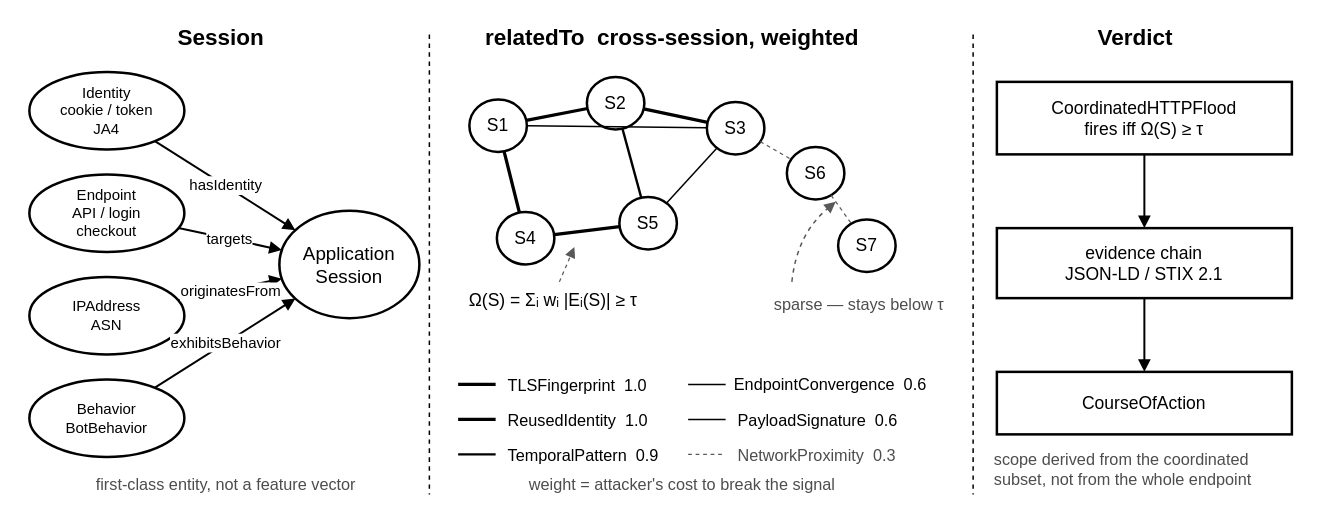
Earlier version of the draw.io diagram papers/http-session-noms/figures/src-drawio/fig1_ontology.drawio (Natanael0liveira/knowledge-graph-ddos-article). Source tidied: cells renumbered, new cells numbered last; positions are measured from the earlier drawing's top-left corner, leaving out a move shared by most shapes. Both pictures are drawn from the tidied source at 125%, with x=0, y=0 at pixel (21, 21).
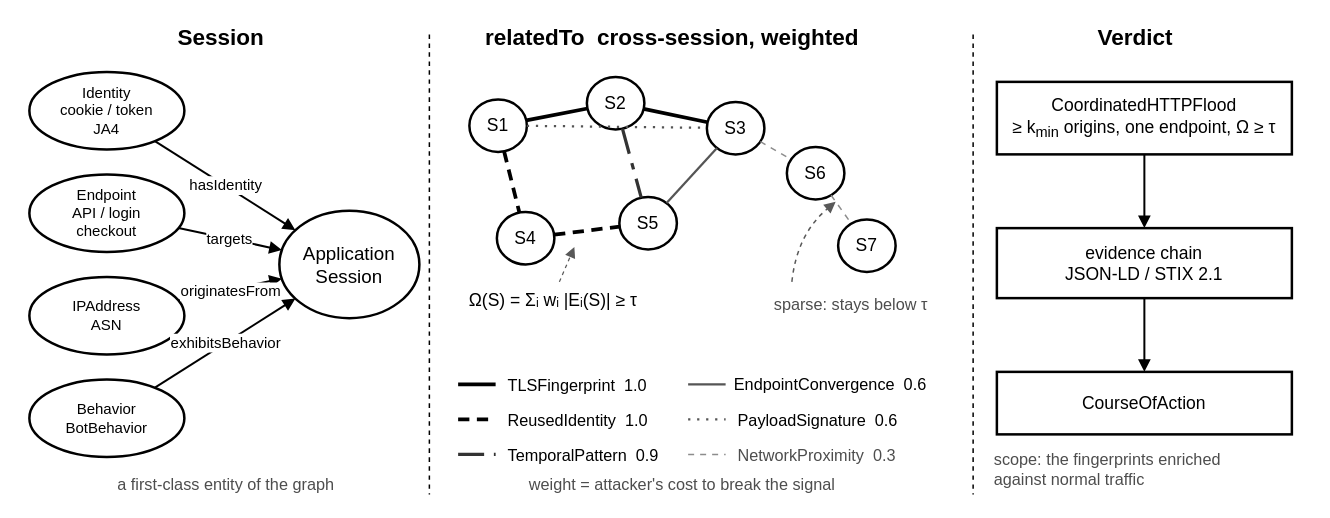
The same page after the edit.

Commit message (it also covers changes not shown here):
figures: grayscale relatedTo lines, rule conditions spelled out

Unchanged cells that the change refers to:
```xml
<mxCell id="15" value="S1" style="ellipse;whiteSpace=wrap;html=1;fillColor=none;strokeColor=#000000;strokeWidth=2;fontFamily=Helvetica;fontSize=14;" parent="1" vertex="1">
  <mxGeometry x="358" y="62" width="46" height="42" as="geometry" />
</mxCell>
<mxCell id="16" value="S2" style="ellipse;whiteSpace=wrap;html=1;fillColor=none;strokeColor=#000000;strokeWidth=2;fontFamily=Helvetica;fontSize=14;" parent="1" vertex="1">
  <mxGeometry x="452" y="44" width="46" height="42" as="geometry" />
</mxCell>
<mxCell id="17" value="S3" style="ellipse;whiteSpace=wrap;html=1;fillColor=none;strokeColor=#000000;strokeWidth=2;fontFamily=Helvetica;fontSize=14;" parent="1" vertex="1">
  <mxGeometry x="548" y="64" width="46" height="42" as="geometry" />
</mxCell>
<mxCell id="18" value="S4" style="ellipse;whiteSpace=wrap;html=1;fillColor=none;strokeColor=#000000;strokeWidth=2;fontFamily=Helvetica;fontSize=14;" parent="1" vertex="1">
  <mxGeometry x="380" y="152" width="46" height="42" as="geometry" />
</mxCell>
<mxCell id="19" value="S5" style="ellipse;whiteSpace=wrap;html=1;fillColor=none;strokeColor=#000000;strokeWidth=2;fontFamily=Helvetica;fontSize=14;" parent="1" vertex="1">
  <mxGeometry x="478" y="140" width="46" height="42" as="geometry" />
</mxCell>
<mxCell id="20" value="S6" style="ellipse;whiteSpace=wrap;html=1;fillColor=none;strokeColor=#000000;strokeWidth=2;fontFamily=Helvetica;fontSize=14;" parent="1" vertex="1">
  <mxGeometry x="612" y="100" width="46" height="42" as="geometry" />
</mxCell>
<mxCell id="21" value="S7" style="ellipse;whiteSpace=wrap;html=1;fillColor=none;strokeColor=#000000;strokeWidth=2;fontFamily=Helvetica;fontSize=14;" parent="1" vertex="1">
  <mxGeometry x="653" y="158" width="46" height="42" as="geometry" />
</mxCell>
```

What changed in the source:
```diff
@@
-    <mxCell id="12" value="first-class entity, not a feature vector" style="text;html=1;fontFamily=Helvetica;fontSize=13;fontColor=#4D4D4D;align=center;verticalAlign=top;" parent="1" vertex="1">
+    <mxCell id="12" value="a first-class entity of the graph" style="text;html=1;fontFamily=Helvetica;fontSize=13;fontColor=#4D4D4D;align=center;verticalAlign=top;" parent="1" vertex="1">
       <mxGeometry y="356" width="326" height="20" as="geometry" />
     </mxCell>
@@
-    <mxCell id="22" style="endArrow=none;html=1;rounded=0;strokeColor=#000000;strokeWidth=2.6;fontFamily=Helvetica;fontSize=12;labelBackgroundColor=#FFFFFF;" parent="1" edge="1" source="15" target="16">
+    <mxCell id="22" style="endArrow=none;html=1;rounded=0;strokeColor=#000000;strokeWidth=3.0;fontFamily=Helvetica;fontSize=12;labelBackgroundColor=#FFFFFF;" parent="1" edge="1" source="15" target="16">
       <mxGeometry relative="1" as="geometry" />
     </mxCell>
-    <mxCell id="23" style="endArrow=none;html=1;rounded=0;strokeColor=#000000;strokeWidth=2.6;fontFamily=Helvetica;fontSize=12;labelBackgroundColor=#FFFFFF;" parent="1" edge="1" source="16" target="17">
+    <mxCell id="23" style="endArrow=none;html=1;rounded=0;strokeColor=#000000;strokeWidth=3.0;fontFamily=Helvetica;fontSize=12;labelBackgroundColor=#FFFFFF;" parent="1" edge="1" source="16" target="17">
       <mxGeometry relative="1" as="geometry" />
     </mxCell>
-    <mxCell id="24" style="endArrow=none;html=1;rounded=0;strokeColor=#000000;strokeWidth=2.6;fontFamily=Helvetica;fontSize=12;labelBackgroundColor=#FFFFFF;" parent="1" edge="1" source="15" target="18">
+    <mxCell id="24" style="endArrow=none;html=1;rounded=0;strokeColor=#000000;strokeWidth=3.0;dashed=1;dashPattern=3 2;fontFamily=Helvetica;fontSize=12;labelBackgroundColor=#FFFFFF;" parent="1" edge="1" source="15" target="18">
       <mxGeometry relative="1" as="geometry" />
     </mxCell>
-    <mxCell id="25" style="endArrow=none;html=1;rounded=0;strokeColor=#000000;strokeWidth=2.6;fontFamily=Helvetica;fontSize=12;labelBackgroundColor=#FFFFFF;" parent="1" edge="1" source="18" target="19">
+    <mxCell id="25" style="endArrow=none;html=1;rounded=0;strokeColor=#000000;strokeWidth=3.0;dashed=1;dashPattern=3 2;fontFamily=Helvetica;fontSize=12;labelBackgroundColor=#FFFFFF;" parent="1" edge="1" source="18" target="19">
       <mxGeometry relative="1" as="geometry" />
     </mxCell>
-    <mxCell id="26" style="endArrow=none;html=1;rounded=0;strokeColor=#000000;strokeWidth=1.9;fontFamily=Helvetica;fontSize=12;labelBackgroundColor=#FFFFFF;" parent="1" edge="1" source="16" target="19">
+    <mxCell id="26" style="endArrow=none;html=1;rounded=0;strokeColor=#333333;strokeWidth=2.6;dashed=1;dashPattern=8 3 2 3;fontFamily=Helvetica;fontSize=12;labelBackgroundColor=#FFFFFF;" parent="1" edge="1" source="16" target="19">
       <mxGeometry relative="1" as="geometry" />
     </mxCell>
-    <mxCell id="27" style="endArrow=none;html=1;rounded=0;strokeColor=#000000;strokeWidth=1.2;fontFamily=Helvetica;fontSize=12;labelBackgroundColor=#FFFFFF;" parent="1" edge="1" source="17" target="19">
+    <mxCell id="27" style="endArrow=none;html=1;rounded=0;strokeColor=#555555;strokeWidth=1.8;fontFamily=Helvetica;fontSize=12;labelBackgroundColor=#FFFFFF;" parent="1" edge="1" source="17" target="19">
       <mxGeometry relative="1" as="geometry" />
     </mxCell>
-    <mxCell id="28" style="endArrow=none;html=1;rounded=0;strokeColor=#000000;strokeWidth=1.2;fontFamily=Helvetica;fontSize=12;labelBackgroundColor=#FFFFFF;" parent="1" edge="1" source="15" target="17">
+    <mxCell id="28" style="endArrow=none;html=1;rounded=0;strokeColor=#555555;strokeWidth=1.8;dashed=1;dashPattern=1 3;fontFamily=Helvetica;fontSize=12;labelBackgroundColor=#FFFFFF;" parent="1" edge="1" source="15" target="17">
       <mxGeometry relative="1" as="geometry" />
     </mxCell>
-    <mxCell id="29" style="endArrow=none;html=1;rounded=0;strokeColor=#595959;strokeWidth=1.0;fontFamily=Helvetica;fontSize=12;labelBackgroundColor=#FFFFFF;dashed=1;" parent="1" edge="1" source="17" target="20">
+    <mxCell id="29" style="endArrow=none;html=1;rounded=0;strokeColor=#8C8C8C;strokeWidth=1.2;dashed=1;dashPattern=4 4;fontFamily=Helvetica;fontSize=12;labelBackgroundColor=#FFFFFF;" parent="1" edge="1" source="17" target="20">
       <mxGeometry relative="1" as="geometry" />
     </mxCell>
-    <mxCell id="30" style="endArrow=none;html=1;rounded=0;strokeColor=#595959;strokeWidth=1.0;fontFamily=Helvetica;fontSize=12;labelBackgroundColor=#FFFFFF;dashed=1;" parent="1" edge="1" source="20" target="21">
+    <mxCell id="30" style="endArrow=none;html=1;rounded=0;strokeColor=#8C8C8C;strokeWidth=1.2;dashed=1;dashPattern=4 4;fontFamily=Helvetica;fontSize=12;labelBackgroundColor=#FFFFFF;" parent="1" edge="1" source="20" target="21">
       <mxGeometry relative="1" as="geometry" />
     </mxCell>
@@
-    <mxCell id="33" value="sparse — stays below τ" style="text;html=1;fontFamily=Helvetica;fontSize=13;fontColor=#4D4D4D;align=left;verticalAlign=top;" parent="1" vertex="1">
+    <mxCell id="33" value="sparse: stays below τ" style="text;html=1;fontFamily=Helvetica;fontSize=13;fontColor=#4D4D4D;align=left;verticalAlign=top;" parent="1" vertex="1">
       <mxGeometry x="600" y="212" width="170" height="20" as="geometry" />
     </mxCell>
@@
-    <mxCell id="35" style="endArrow=none;html=1;rounded=0;strokeColor=#000000;strokeWidth=2.6;fontFamily=Helvetica;fontSize=12;labelBackgroundColor=#FFFFFF;" parent="1" edge="1">
+    <mxCell id="35" style="endArrow=none;html=1;rounded=0;strokeColor=#000000;strokeWidth=3.0;fontFamily=Helvetica;fontSize=12;labelBackgroundColor=#FFFFFF;" parent="1" edge="1">
       <mxGeometry relative="1" as="geometry">
         <mxPoint x="349" y="290" as="sourcePoint" />
         <mxPoint x="379" y="290" as="targetPoint" />
       </mxGeometry>
     </mxCell>
@@
-    <mxCell id="37" style="endArrow=none;html=1;rounded=0;strokeColor=#000000;strokeWidth=2.6;fontFamily=Helvetica;fontSize=12;labelBackgroundColor=#FFFFFF;" parent="1" edge="1">
+    <mxCell id="37" style="endArrow=none;html=1;rounded=0;strokeColor=#000000;strokeWidth=3.0;dashed=1;dashPattern=3 2;fontFamily=Helvetica;fontSize=12;labelBackgroundColor=#FFFFFF;" parent="1" edge="1">
       <mxGeometry relative="1" as="geometry">
         <mxPoint x="349" y="318" as="sourcePoint" />
         <mxPoint x="379" y="318" as="targetPoint" />
       </mxGeometry>
     </mxCell>
@@
-    <mxCell id="39" style="endArrow=none;html=1;rounded=0;strokeColor=#000000;strokeWidth=1.9;fontFamily=Helvetica;fontSize=12;labelBackgroundColor=#FFFFFF;" parent="1" edge="1">
+    <mxCell id="39" style="endArrow=none;html=1;rounded=0;strokeColor=#333333;strokeWidth=2.6;dashed=1;dashPattern=8 3 2 3;fontFamily=Helvetica;fontSize=12;labelBackgroundColor=#FFFFFF;" parent="1" edge="1">
       <mxGeometry relative="1" as="geometry">
         <mxPoint x="349" y="346" as="sourcePoint" />
         <mxPoint x="379" y="346" as="targetPoint" />
       </mxGeometry>
     </mxCell>
@@
-    <mxCell id="41" style="endArrow=none;html=1;rounded=0;strokeColor=#000000;strokeWidth=1.2;fontFamily=Helvetica;fontSize=12;labelBackgroundColor=#FFFFFF;" parent="1" edge="1">
+    <mxCell id="41" style="endArrow=none;html=1;rounded=0;strokeColor=#555555;strokeWidth=1.8;fontFamily=Helvetica;fontSize=12;labelBackgroundColor=#FFFFFF;" parent="1" edge="1">
       <mxGeometry relative="1" as="geometry">
         <mxPoint x="533" y="290" as="sourcePoint" />
         <mxPoint x="563" y="290" as="targetPoint" />
       </mxGeometry>
     </mxCell>
@@
-    <mxCell id="43" style="endArrow=none;html=1;rounded=0;strokeColor=#000000;strokeWidth=1.2;fontFamily=Helvetica;fontSize=12;labelBackgroundColor=#FFFFFF;" parent="1" edge="1">
+    <mxCell id="43" style="endArrow=none;html=1;rounded=0;strokeColor=#555555;strokeWidth=1.8;dashed=1;dashPattern=1 3;fontFamily=Helvetica;fontSize=12;labelBackgroundColor=#FFFFFF;" parent="1" edge="1">
       <mxGeometry relative="1" as="geometry">
         <mxPoint x="533" y="318" as="sourcePoint" />
         <mxPoint x="563" y="318" as="targetPoint" />
       </mxGeometry>
     </mxCell>
@@
-    <mxCell id="45" style="endArrow=none;html=1;rounded=0;strokeColor=#595959;strokeWidth=1.0;fontFamily=Helvetica;fontSize=12;labelBackgroundColor=#FFFFFF;dashed=1;" parent="1" edge="1">
+    <mxCell id="45" style="endArrow=none;html=1;rounded=0;strokeColor=#8C8C8C;strokeWidth=1.2;dashed=1;dashPattern=4 4;fontFamily=Helvetica;fontSize=12;labelBackgroundColor=#FFFFFF;" parent="1" edge="1">
       <mxGeometry relative="1" as="geometry">
         <mxPoint x="533" y="346" as="sourcePoint" />
         <mxPoint x="563" y="346" as="targetPoint" />
       </mxGeometry>
     </mxCell>
@@
-    <mxCell id="50" value="CoordinatedHTTPFlood&lt;br&gt;fires iff Ω(S) ≥ τ" style="rounded=0;whiteSpace=wrap;html=1;fillColor=none;strokeColor=#000000;strokeWidth=2;fontFamily=Helvetica;fontSize=14;" parent="1" vertex="1">
+    <mxCell id="50" value="CoordinatedHTTPFlood&lt;br&gt;≥ k&lt;sub&gt;min&lt;/sub&gt; origins, one endpoint, Ω ≥ τ" style="rounded=0;whiteSpace=wrap;html=1;fillColor=none;strokeColor=#000000;strokeWidth=2;fontFamily=Helvetica;fontSize=14;" parent="1" vertex="1">
       <mxGeometry x="780" y="48" width="236" height="58" as="geometry" />
     </mxCell>
@@
-    <mxCell id="55" value="scope derived from the coordinated&lt;br&gt;subset, not from the whole endpoint" style="text;html=1;fontFamily=Helvetica;fontSize=13;fontColor=#4D4D4D;align=left;verticalAlign=top;" parent="1" vertex="1">
+    <mxCell id="55" value="scope: the fingerprints enriched&lt;br&gt;against normal traffic" style="text;html=1;fontFamily=Helvetica;fontSize=13;fontColor=#4D4D4D;align=left;verticalAlign=top;" parent="1" vertex="1">
       <mxGeometry x="776" y="336" width="254" height="40" as="geometry" />
     </mxCell>
```
